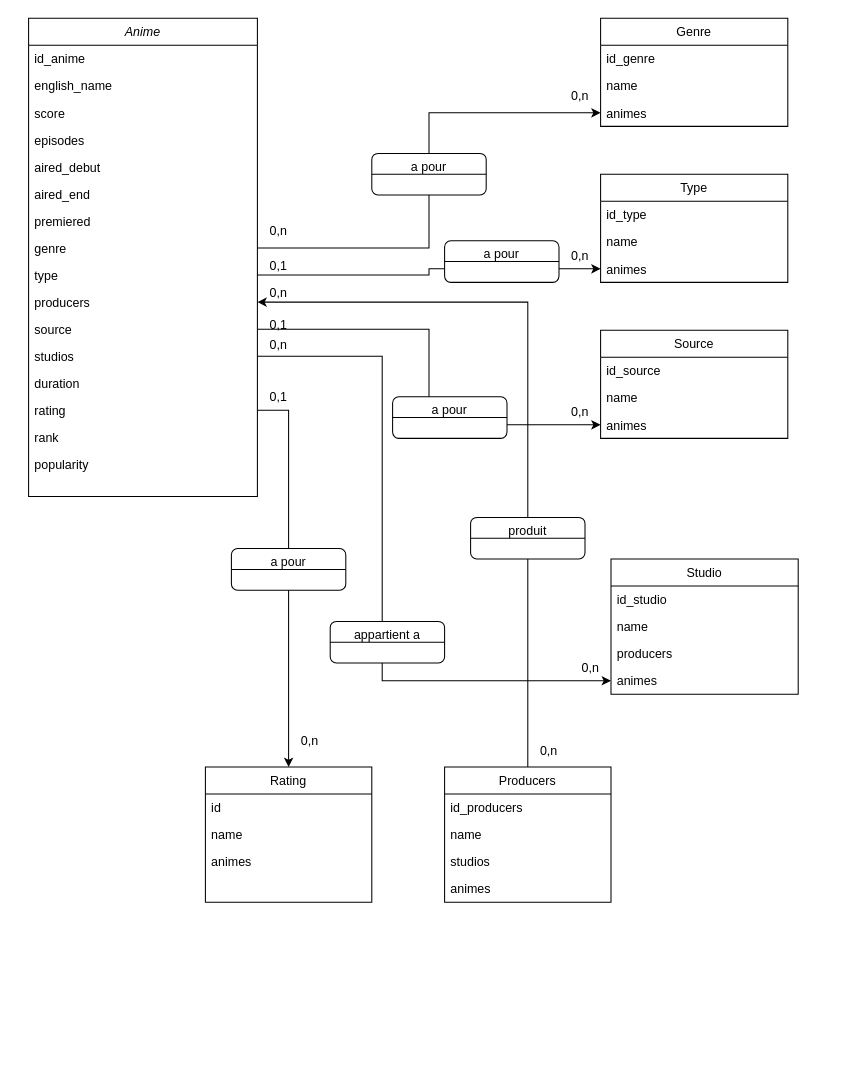
Earlier version of the draw.io diagram sql/diagram_anime.drawio (aglorhythm/-girly--devops-deployments). Source tidied: cells renumbered, new cells numbered last; positions are measured from the earlier drawing's top-left corner, leaving out a move shared by most shapes. Both pictures are drawn from the tidied source at 104%, with x=0, y=0 at pixel (28, 18).
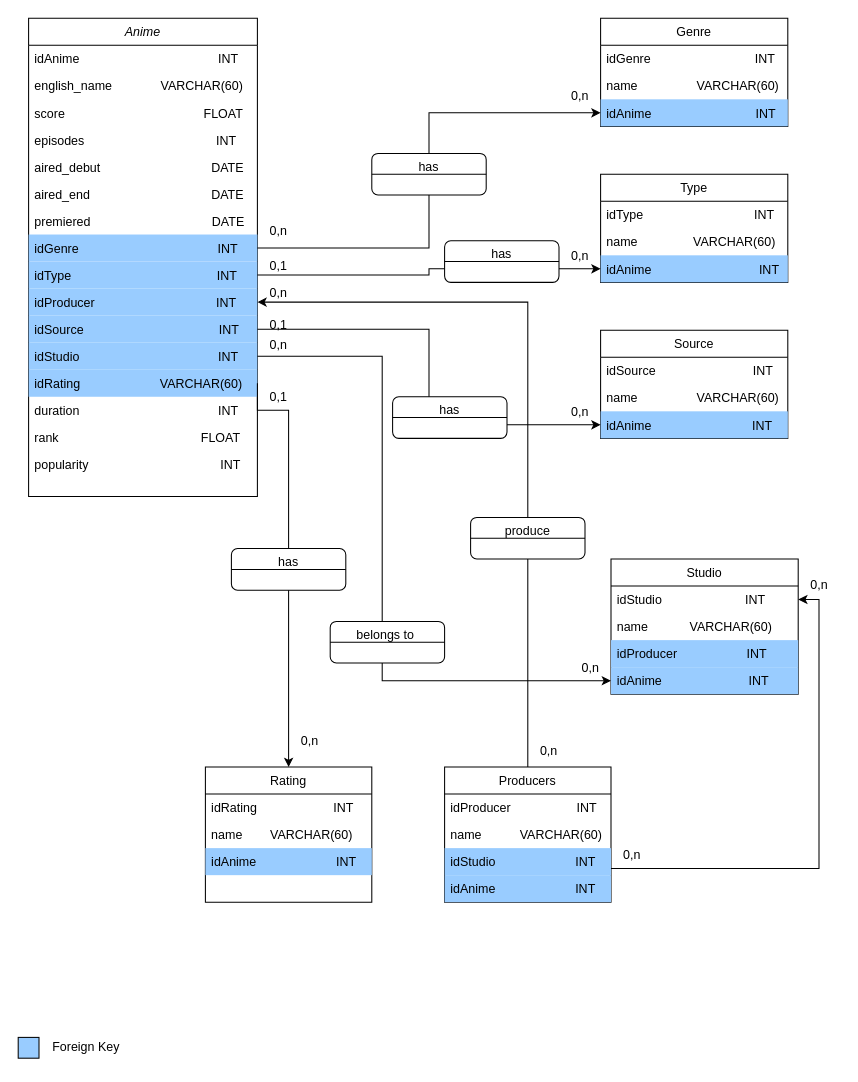
The same diagram, later.

Commit message (it also covers changes not shown here):
Mettre à jour diagram_anime.drawio

The change refers to these unchanged cells:
```xml
<mxCell id="2" value="Anime" style="swimlane;fontStyle=2;align=center;verticalAlign=top;horizontal=1;startSize=26;rounded=0;shadow=0;strokeWidth=1;" parent="1" vertex="1">
  <mxGeometry width="220" height="460" as="geometry" />
</mxCell>
<mxCell id="19" value="Genre" style="swimlane;fontStyle=0;align=center;verticalAlign=top;horizontal=1;startSize=26;rounded=0;shadow=0;strokeWidth=1;" parent="1" vertex="1">
  <mxGeometry x="550" width="180" height="104" as="geometry" />
</mxCell>
<mxCell id="23" value="Type" style="swimlane;fontStyle=0;align=center;verticalAlign=top;horizontal=1;startSize=26;rounded=0;shadow=0;strokeWidth=1;" parent="1" vertex="1">
  <mxGeometry x="550" y="150" width="180" height="104" as="geometry" />
</mxCell>
<mxCell id="28" value="Producers" style="swimlane;fontStyle=0;align=center;verticalAlign=top;horizontal=1;startSize=26;rounded=0;shadow=0;strokeWidth=1;" parent="1" vertex="1">
  <mxGeometry x="400" y="720" width="160" height="130" as="geometry" />
</mxCell>
<mxCell id="33" value="Studio" style="swimlane;fontStyle=0;align=center;verticalAlign=top;horizontal=1;startSize=26;rounded=0;shadow=0;strokeWidth=1;" parent="1" vertex="1">
  <mxGeometry x="560" y="520" width="180" height="130" as="geometry" />
</mxCell>
<mxCell id="38" value="Source" style="swimlane;fontStyle=0;align=center;verticalAlign=top;horizontal=1;startSize=26;rounded=0;shadow=0;strokeWidth=1;" parent="1" vertex="1">
  <mxGeometry x="550" y="300" width="180" height="104" as="geometry" />
</mxCell>
<mxCell id="42" value="Rating" style="swimlane;fontStyle=0;align=center;verticalAlign=top;horizontal=1;startSize=26;rounded=0;shadow=0;strokeWidth=1;" parent="1" vertex="1">
  <mxGeometry x="170" y="720" width="160" height="130" as="geometry" />
</mxCell>
```

Diff of the diagram source:
```diff
@@
-    <mxCell id="3" value="id_anime" style="text;align=left;verticalAlign=top;spacingLeft=4;spacingRight=4;overflow=hidden;" parent="2" vertex="1">
+    <mxCell id="3" value="idAnime                                        INT" style="text;align=left;verticalAlign=top;spacingLeft=4;spacingRight=4;overflow=hidden;" parent="2" vertex="1">
       <mxGeometry y="26" width="220" height="26" as="geometry" />
     </mxCell>
-    <mxCell id="4" value="english_name" style="text;align=left;verticalAlign=top;spacingLeft=4;spacingRight=4;overflow=hidden;rounded=0;shadow=0;html=0;" parent="2" vertex="1">
+    <mxCell id="4" value="english_name              VARCHAR(60)" style="text;align=left;verticalAlign=top;spacingLeft=4;spacingRight=4;overflow=hidden;rounded=0;shadow=0;html=0;" parent="2" vertex="1">
       <mxGeometry y="52" width="220" height="26" as="geometry" />
     </mxCell>
-    <mxCell id="5" value="score" style="text;align=left;verticalAlign=top;spacingLeft=4;spacingRight=4;overflow=hidden;rounded=0;shadow=0;html=0;" parent="2" vertex="1">
+    <mxCell id="5" value="score                                        FLOAT" style="text;align=left;verticalAlign=top;spacingLeft=4;spacingRight=4;overflow=hidden;rounded=0;shadow=0;html=0;" parent="2" vertex="1">
       <mxGeometry y="78" width="220" height="26" as="geometry" />
     </mxCell>
-    <mxCell id="6" value="episodes" style="text;align=left;verticalAlign=top;spacingLeft=4;spacingRight=4;overflow=hidden;rounded=0;shadow=0;html=0;" parent="2" vertex="1">
+    <mxCell id="6" value="episodes                                      INT" style="text;align=left;verticalAlign=top;spacingLeft=4;spacingRight=4;overflow=hidden;rounded=0;shadow=0;html=0;" parent="2" vertex="1">
       <mxGeometry y="104" width="220" height="26" as="geometry" />
     </mxCell>
-    <mxCell id="7" value="aired_debut" style="text;align=left;verticalAlign=top;spacingLeft=4;spacingRight=4;overflow=hidden;rounded=0;shadow=0;html=0;" parent="2" vertex="1">
+    <mxCell id="7" value="aired_debut                                DATE" style="text;align=left;verticalAlign=top;spacingLeft=4;spacingRight=4;overflow=hidden;rounded=0;shadow=0;html=0;" parent="2" vertex="1">
       <mxGeometry y="130" width="220" height="26" as="geometry" />
     </mxCell>
-    <mxCell id="8" value="aired_end" style="text;align=left;verticalAlign=top;spacingLeft=4;spacingRight=4;overflow=hidden;rounded=0;shadow=0;html=0;" parent="2" vertex="1">
+    <mxCell id="8" value="aired_end                                   DATE" style="text;align=left;verticalAlign=top;spacingLeft=4;spacingRight=4;overflow=hidden;rounded=0;shadow=0;html=0;" parent="2" vertex="1">
       <mxGeometry y="156" width="220" height="26" as="geometry" />
     </mxCell>
-    <mxCell id="9" value="premiered" style="text;align=left;verticalAlign=top;spacingLeft=4;spacingRight=4;overflow=hidden;rounded=0;shadow=0;html=0;" parent="2" vertex="1">
+    <mxCell id="9" value="premiered                                   DATE" style="text;align=left;verticalAlign=top;spacingLeft=4;spacingRight=4;overflow=hidden;rounded=0;shadow=0;html=0;" parent="2" vertex="1">
       <mxGeometry y="182" width="220" height="26" as="geometry" />
     </mxCell>
-    <mxCell id="10" value="genre" style="text;align=left;verticalAlign=top;spacingLeft=4;spacingRight=4;overflow=hidden;points=[[0,0.5],[1,0.5]];portConstraint=eastwest;rounded=0;shadow=0;html=0;" parent="2" vertex="1">
+    <mxCell id="10" value="idGenre                                        INT" style="text;align=left;verticalAlign=top;spacingLeft=4;spacingRight=4;overflow=hidden;points=[[0,0.5],[1,0.5]];portConstraint=eastwest;rounded=0;shadow=0;html=0;fillColor=#99CCFF;" parent="2" vertex="1">
       <mxGeometry y="208" width="220" height="26" as="geometry" />
     </mxCell>
-    <mxCell id="11" value="type" style="text;align=left;verticalAlign=top;spacingLeft=4;spacingRight=4;overflow=hidden;points=[[0,0.5],[1,0.5]];portConstraint=eastwest;rounded=0;shadow=0;html=0;" parent="2" vertex="1">
+    <mxCell id="11" value="idType                                          INT" style="text;align=left;verticalAlign=top;spacingLeft=4;spacingRight=4;overflow=hidden;points=[[0,0.5],[1,0.5]];portConstraint=eastwest;rounded=0;shadow=0;html=0;fillColor=#99CCFF;" parent="2" vertex="1">
       <mxGeometry y="234" width="220" height="26" as="geometry" />
     </mxCell>
-    <mxCell id="12" value="producers" style="text;align=left;verticalAlign=top;spacingLeft=4;spacingRight=4;overflow=hidden;points=[[0,0.5],[1,0.5]];portConstraint=eastwest;rounded=0;shadow=0;html=0;" parent="2" vertex="1">
+    <mxCell id="12" value="idProducer                                   INT" style="text;align=left;verticalAlign=top;spacingLeft=4;spacingRight=4;overflow=hidden;points=[[0,0.5],[1,0.5]];portConstraint=eastwest;rounded=0;shadow=0;html=0;fillColor=#99CCFF;" parent="2" vertex="1">
       <mxGeometry y="260" width="220" height="26" as="geometry" />
     </mxCell>
-    <mxCell id="13" value="source" style="text;align=left;verticalAlign=top;spacingLeft=4;spacingRight=4;overflow=hidden;points=[[0,0.5],[1,0.5]];portConstraint=eastwest;rounded=0;shadow=0;html=0;" parent="2" vertex="1">
+    <mxCell id="13" value="idSource                                       INT" style="text;align=left;verticalAlign=top;spacingLeft=4;spacingRight=4;overflow=hidden;points=[[0,0.5],[1,0.5]];portConstraint=eastwest;rounded=0;shadow=0;html=0;fillColor=#99CCFF;" parent="2" vertex="1">
       <mxGeometry y="286" width="220" height="26" as="geometry" />
     </mxCell>
-    <mxCell id="14" value="studios" style="text;align=left;verticalAlign=top;spacingLeft=4;spacingRight=4;overflow=hidden;points=[[0,0.5],[1,0.5]];portConstraint=eastwest;rounded=0;shadow=0;html=0;" parent="2" vertex="1">
+    <mxCell id="14" value="idStudio                                        INT" style="text;align=left;verticalAlign=top;spacingLeft=4;spacingRight=4;overflow=hidden;points=[[0,0.5],[1,0.5]];portConstraint=eastwest;rounded=0;shadow=0;html=0;fillColor=#99CCFF;" parent="2" vertex="1">
       <mxGeometry y="312" width="220" height="26" as="geometry" />
     </mxCell>
+    <mxCell id="16" value="idRating                       VARCHAR(60)" style="text;align=left;verticalAlign=top;spacingLeft=4;spacingRight=4;overflow=hidden;points=[[0,0.5],[1,0.5]];portConstraint=eastwest;rounded=0;shadow=0;html=0;fillColor=#99CCFF;" parent="2" vertex="1">
+      <mxGeometry y="338" width="220" height="26" as="geometry" />
+    </mxCell>
-    <mxCell id="15" value="duration" style="text;align=left;verticalAlign=top;spacingLeft=4;spacingRight=4;overflow=hidden;rounded=0;shadow=0;html=0;" parent="2" vertex="1">
-      <mxGeometry y="338" width="220" height="26" as="geometry" />
+    <mxCell id="15" value="duration                                        INT" style="text;align=left;verticalAlign=top;spacingLeft=4;spacingRight=4;overflow=hidden;rounded=0;shadow=0;html=0;fillColor=none;" parent="2" vertex="1">
+      <mxGeometry y="364" width="220" height="26" as="geometry" />
     </mxCell>
-    <mxCell id="16" value="rating" style="text;align=left;verticalAlign=top;spacingLeft=4;spacingRight=4;overflow=hidden;points=[[0,0.5],[1,0.5]];portConstraint=eastwest;rounded=0;shadow=0;html=0;" parent="2" vertex="1">
-      <mxGeometry y="364" width="220" height="26" as="geometry" />
-    </mxCell>
-    <mxCell id="17" value="rank" style="text;align=left;verticalAlign=top;spacingLeft=4;spacingRight=4;overflow=hidden;rounded=0;shadow=0;html=0;" parent="2" vertex="1">
+    <mxCell id="17" value="rank                                         FLOAT" style="text;align=left;verticalAlign=top;spacingLeft=4;spacingRight=4;overflow=hidden;rounded=0;shadow=0;html=0;" parent="2" vertex="1">
       <mxGeometry y="390" width="220" height="26" as="geometry" />
     </mxCell>
-    <mxCell id="18" value="popularity" style="text;align=left;verticalAlign=top;spacingLeft=4;spacingRight=4;overflow=hidden;rounded=0;shadow=0;html=0;" parent="2" vertex="1">
+    <mxCell id="18" value="popularity                                      INT" style="text;align=left;verticalAlign=top;spacingLeft=4;spacingRight=4;overflow=hidden;rounded=0;shadow=0;html=0;" parent="2" vertex="1">
       <mxGeometry y="416" width="220" height="26" as="geometry" />
     </mxCell>
@@
-    <mxCell id="20" value="id_genre" style="text;align=left;verticalAlign=top;spacingLeft=4;spacingRight=4;overflow=hidden;" parent="19" vertex="1">
+    <mxCell id="20" value="idGenre                              INT" style="text;align=left;verticalAlign=top;spacingLeft=4;spacingRight=4;overflow=hidden;" parent="19" vertex="1">
       <mxGeometry y="26" width="180" height="26" as="geometry" />
     </mxCell>
-    <mxCell id="21" value="name" style="text;align=left;verticalAlign=top;spacingLeft=4;spacingRight=4;overflow=hidden;rounded=0;shadow=0;html=0;" parent="19" vertex="1">
+    <mxCell id="21" value="name                 VARCHAR(60)" style="text;align=left;verticalAlign=top;spacingLeft=4;spacingRight=4;overflow=hidden;rounded=0;shadow=0;html=0;" parent="19" vertex="1">
       <mxGeometry y="52" width="180" height="26" as="geometry" />
     </mxCell>
-    <mxCell id="22" value="animes" style="text;align=left;verticalAlign=top;spacingLeft=4;spacingRight=4;overflow=hidden;points=[[0,0.5],[1,0.5]];portConstraint=eastwest;rounded=0;shadow=0;html=0;" parent="19" vertex="1">
+    <mxCell id="22" value="idAnime                              INT" style="text;align=left;verticalAlign=top;spacingLeft=4;spacingRight=4;overflow=hidden;points=[[0,0.5],[1,0.5]];portConstraint=eastwest;rounded=0;shadow=0;html=0;fillColor=#99CCFF;" parent="19" vertex="1">
       <mxGeometry y="78" width="180" height="26" as="geometry" />
     </mxCell>
@@
-    <mxCell id="24" value="id_type" style="text;align=left;verticalAlign=top;spacingLeft=4;spacingRight=4;overflow=hidden;" parent="23" vertex="1">
+    <mxCell id="24" value="idType                                INT" style="text;align=left;verticalAlign=top;spacingLeft=4;spacingRight=4;overflow=hidden;" parent="23" vertex="1">
       <mxGeometry y="26" width="180" height="26" as="geometry" />
     </mxCell>
-    <mxCell id="25" value="name" style="text;align=left;verticalAlign=top;spacingLeft=4;spacingRight=4;overflow=hidden;rounded=0;shadow=0;html=0;" parent="23" vertex="1">
+    <mxCell id="25" value="name                VARCHAR(60)" style="text;align=left;verticalAlign=top;spacingLeft=4;spacingRight=4;overflow=hidden;rounded=0;shadow=0;html=0;" parent="23" vertex="1">
       <mxGeometry y="52" width="180" height="26" as="geometry" />
     </mxCell>
-    <mxCell id="26" value="animes" style="text;align=left;verticalAlign=top;spacingLeft=4;spacingRight=4;overflow=hidden;points=[[0,0.5],[1,0.5]];portConstraint=eastwest;rounded=0;shadow=0;html=0;" parent="23" vertex="1">
+    <mxCell id="26" value="idAnime                               INT" style="text;align=left;verticalAlign=top;spacingLeft=4;spacingRight=4;overflow=hidden;points=[[0,0.5],[1,0.5]];portConstraint=eastwest;rounded=0;shadow=0;html=0;fillColor=#99CCFF;" parent="23" vertex="1">
       <mxGeometry y="78" width="180" height="26" as="geometry" />
     </mxCell>
@@
+    <mxCell id="75" style="edgeStyle=orthogonalEdgeStyle;rounded=0;jettySize=auto;html=1;exitX=1;exitY=0.75;exitDx=0;exitDy=0;entryX=1;entryY=0.5;entryDx=0;entryDy=0;" parent="1" edge="1" source="28" target="34">
+      <mxGeometry relative="1" as="geometry" />
+    </mxCell>
@@
-    <mxCell id="29" value="id_producers" style="text;align=left;verticalAlign=top;spacingLeft=4;spacingRight=4;overflow=hidden;" parent="28" vertex="1">
+    <mxCell id="29" value="idProducer                   INT" style="text;align=left;verticalAlign=top;spacingLeft=4;spacingRight=4;overflow=hidden;" parent="28" vertex="1">
       <mxGeometry y="26" width="160" height="26" as="geometry" />
     </mxCell>
-    <mxCell id="30" value="name" style="text;align=left;verticalAlign=top;spacingLeft=4;spacingRight=4;overflow=hidden;rounded=0;shadow=0;html=0;" parent="28" vertex="1">
+    <mxCell id="30" value="name           VARCHAR(60)" style="text;align=left;verticalAlign=top;spacingLeft=4;spacingRight=4;overflow=hidden;rounded=0;shadow=0;html=0;" parent="28" vertex="1">
       <mxGeometry y="52" width="160" height="26" as="geometry" />
     </mxCell>
-    <mxCell id="31" value="studios" style="text;align=left;verticalAlign=top;spacingLeft=4;spacingRight=4;overflow=hidden;rounded=0;shadow=0;html=0;" parent="28" vertex="1">
+    <mxCell id="31" value="idStudio                       INT" style="text;align=left;verticalAlign=top;spacingLeft=4;spacingRight=4;overflow=hidden;rounded=0;shadow=0;html=0;fillColor=#99CCFF;" parent="28" vertex="1">
       <mxGeometry y="78" width="160" height="26" as="geometry" />
     </mxCell>
-    <mxCell id="32" value="animes" style="text;align=left;verticalAlign=top;spacingLeft=4;spacingRight=4;overflow=hidden;rounded=0;shadow=0;html=0;" parent="28" vertex="1">
+    <mxCell id="32" value="idAnime                       INT" style="text;align=left;verticalAlign=top;spacingLeft=4;spacingRight=4;overflow=hidden;rounded=0;shadow=0;html=0;fillColor=#99CCFF;" parent="28" vertex="1">
       <mxGeometry y="104" width="160" height="26" as="geometry" />
     </mxCell>
@@
-    <mxCell id="34" value="id_studio" style="text;align=left;verticalAlign=top;spacingLeft=4;spacingRight=4;overflow=hidden;points=[[0,0.5],[1,0.5]];portConstraint=eastwest;" parent="33" vertex="1">
+    <mxCell id="34" value="idStudio                        INT" style="text;align=left;verticalAlign=top;spacingLeft=4;spacingRight=4;overflow=hidden;points=[[0,0.5],[1,0.5]];portConstraint=eastwest;" parent="33" vertex="1">
       <mxGeometry y="26" width="180" height="26" as="geometry" />
     </mxCell>
-    <mxCell id="35" value="name" style="text;align=left;verticalAlign=top;spacingLeft=4;spacingRight=4;overflow=hidden;rounded=0;shadow=0;html=0;" parent="33" vertex="1">
+    <mxCell id="35" value="name            VARCHAR(60)" style="text;align=left;verticalAlign=top;spacingLeft=4;spacingRight=4;overflow=hidden;rounded=0;shadow=0;html=0;" parent="33" vertex="1">
       <mxGeometry y="52" width="180" height="26" as="geometry" />
     </mxCell>
-    <mxCell id="36" value="producers" style="text;align=left;verticalAlign=top;spacingLeft=4;spacingRight=4;overflow=hidden;rounded=0;shadow=0;html=0;" parent="33" vertex="1">
+    <mxCell id="36" value="idProducer                    INT" style="text;align=left;verticalAlign=top;spacingLeft=4;spacingRight=4;overflow=hidden;rounded=0;shadow=0;html=0;fillColor=#99CCFF;" parent="33" vertex="1">
       <mxGeometry y="78" width="180" height="26" as="geometry" />
     </mxCell>
-    <mxCell id="37" value="animes" style="text;align=left;verticalAlign=top;spacingLeft=4;spacingRight=4;overflow=hidden;points=[[0,0.5],[1,0.5]];portConstraint=eastwest;rounded=0;shadow=0;html=0;" parent="33" vertex="1">
+    <mxCell id="37" value="idAnime                         INT" style="text;align=left;verticalAlign=top;spacingLeft=4;spacingRight=4;overflow=hidden;points=[[0,0.5],[1,0.5]];portConstraint=eastwest;rounded=0;shadow=0;html=0;fillColor=#99CCFF;" parent="33" vertex="1">
       <mxGeometry y="104" width="180" height="26" as="geometry" />
     </mxCell>
@@
-    <mxCell id="39" value="id_source" style="text;align=left;verticalAlign=top;spacingLeft=4;spacingRight=4;overflow=hidden;" parent="38" vertex="1">
+    <mxCell id="39" value="idSource                            INT" style="text;align=left;verticalAlign=top;spacingLeft=4;spacingRight=4;overflow=hidden;" parent="38" vertex="1">
       <mxGeometry y="26" width="180" height="26" as="geometry" />
     </mxCell>
-    <mxCell id="40" value="name" style="text;align=left;verticalAlign=top;spacingLeft=4;spacingRight=4;overflow=hidden;rounded=0;shadow=0;html=0;" parent="38" vertex="1">
+    <mxCell id="40" value="name                 VARCHAR(60)" style="text;align=left;verticalAlign=top;spacingLeft=4;spacingRight=4;overflow=hidden;rounded=0;shadow=0;html=0;" parent="38" vertex="1">
       <mxGeometry y="52" width="180" height="26" as="geometry" />
     </mxCell>
-    <mxCell id="41" value="animes" style="text;align=left;verticalAlign=top;spacingLeft=4;spacingRight=4;overflow=hidden;points=[[0,0.5],[1,0.5]];portConstraint=eastwest;rounded=0;shadow=0;html=0;" parent="38" vertex="1">
+    <mxCell id="41" value="idAnime                             INT" style="text;align=left;verticalAlign=top;spacingLeft=4;spacingRight=4;overflow=hidden;points=[[0,0.5],[1,0.5]];portConstraint=eastwest;rounded=0;shadow=0;html=0;fillColor=#99CCFF;" parent="38" vertex="1">
       <mxGeometry y="78" width="180" height="26" as="geometry" />
     </mxCell>
@@
-    <mxCell id="43" value="id" style="text;align=left;verticalAlign=top;spacingLeft=4;spacingRight=4;overflow=hidden;" parent="42" vertex="1">
+    <mxCell id="43" value="idRating                      INT" style="text;align=left;verticalAlign=top;spacingLeft=4;spacingRight=4;overflow=hidden;" parent="42" vertex="1">
       <mxGeometry y="26" width="160" height="26" as="geometry" />
     </mxCell>
-    <mxCell id="44" value="name" style="text;align=left;verticalAlign=top;spacingLeft=4;spacingRight=4;overflow=hidden;rounded=0;shadow=0;html=0;" parent="42" vertex="1">
+    <mxCell id="44" value="name        VARCHAR(60)" style="text;align=left;verticalAlign=top;spacingLeft=4;spacingRight=4;overflow=hidden;rounded=0;shadow=0;html=0;" parent="42" vertex="1">
       <mxGeometry y="52" width="160" height="26" as="geometry" />
     </mxCell>
-    <mxCell id="45" value="animes" style="text;align=left;verticalAlign=top;spacingLeft=4;spacingRight=4;overflow=hidden;rounded=0;shadow=0;html=0;" parent="42" vertex="1">
+    <mxCell id="45" value="idAnime                       INT" style="text;align=left;verticalAlign=top;spacingLeft=4;spacingRight=4;overflow=hidden;rounded=0;shadow=0;html=0;fillColor=#99CCFF;" parent="42" vertex="1">
       <mxGeometry y="78" width="160" height="26" as="geometry" />
     </mxCell>
@@
-    <mxCell id="50" value="a pour&lt;div&gt;&lt;br&gt;&lt;/div&gt;" style="rounded=1;whiteSpace=wrap;html=1;" parent="1" vertex="1">
+    <mxCell id="50" value="&lt;div&gt;has&lt;/div&gt;&lt;div&gt;&lt;br&gt;&lt;/div&gt;" style="rounded=1;whiteSpace=wrap;html=1;" parent="1" vertex="1">
       <mxGeometry x="330" y="130" width="110" height="40" as="geometry" />
     </mxCell>
@@
-    <mxCell id="53" value="a pour&lt;div&gt;&lt;br&gt;&lt;/div&gt;" style="rounded=1;whiteSpace=wrap;html=1;" parent="1" vertex="1">
+    <mxCell id="53" value="&lt;div&gt;has&lt;/div&gt;&lt;div&gt;&lt;br&gt;&lt;/div&gt;" style="rounded=1;whiteSpace=wrap;html=1;" parent="1" vertex="1">
       <mxGeometry x="400" y="214" width="110" height="40" as="geometry" />
     </mxCell>
@@
-    <mxCell id="55" value="produit&lt;div&gt;&lt;br&gt;&lt;/div&gt;" style="rounded=1;whiteSpace=wrap;html=1;" parent="1" vertex="1">
+    <mxCell id="55" value="&lt;div&gt;produce&lt;/div&gt;&lt;div&gt;&lt;br&gt;&lt;/div&gt;" style="rounded=1;whiteSpace=wrap;html=1;" parent="1" vertex="1">
       <mxGeometry x="425" y="480" width="110" height="40" as="geometry" />
     </mxCell>
-    <mxCell id="56" value="a pour&lt;div&gt;&lt;br&gt;&lt;/div&gt;" style="rounded=1;whiteSpace=wrap;html=1;" parent="1" vertex="1">
+    <mxCell id="56" value="&lt;div&gt;has&lt;/div&gt;&lt;div&gt;&lt;br&gt;&lt;/div&gt;" style="rounded=1;whiteSpace=wrap;html=1;" parent="1" vertex="1">
       <mxGeometry x="350" y="364" width="110" height="40" as="geometry" />
     </mxCell>
@@
-    <mxCell id="59" value="a pour&lt;div&gt;&lt;br&gt;&lt;/div&gt;" style="rounded=1;whiteSpace=wrap;html=1;" parent="1" vertex="1">
+    <mxCell id="59" value="&lt;div&gt;has&lt;/div&gt;&lt;div&gt;&lt;br&gt;&lt;/div&gt;" style="rounded=1;whiteSpace=wrap;html=1;" parent="1" vertex="1">
       <mxGeometry x="195" y="510" width="110" height="40" as="geometry" />
     </mxCell>
@@
-    <mxCell id="61" value="&lt;div&gt;appartient a&lt;/div&gt;&lt;div&gt;&lt;br&gt;&lt;/div&gt;" style="rounded=1;whiteSpace=wrap;html=1;" parent="1" vertex="1">
+    <mxCell id="61" value="&lt;div&gt;belongs to&amp;nbsp;&lt;/div&gt;&lt;div&gt;&lt;br&gt;&lt;/div&gt;" style="rounded=1;whiteSpace=wrap;html=1;" parent="1" vertex="1">
       <mxGeometry x="290" y="580" width="110" height="40" as="geometry" />
     </mxCell>
-    <mxCell id="62" style="endArrow=none;html=1;rounded=0;elbow=vertical;exitX=0;exitY=0.5;exitDx=0;exitDy=0;entryX=1;entryY=0.5;entryDx=0;entryDy=0;" parent="1" edge="1" source="61" target="61">
+    <mxCell id="62" style="endArrow=none;html=1;rounded=0;elbow=horizontal;exitX=0;exitY=0.5;exitDx=0;exitDy=0;entryX=1;entryY=0.5;entryDx=0;entryDy=0;" parent="1" edge="1" source="61" target="61">
       <mxGeometry relative="1" as="geometry" />
     </mxCell>
@@
+    <mxCell id="76" value="0,n" style="text;html=1;align=center;verticalAlign=middle;strokeColor=none;fillColor=none;" parent="1" vertex="1">
+      <mxGeometry x="560" y="790" width="40" height="30" as="geometry" />
+    </mxCell>
+    <mxCell id="77" value="0,n" style="text;html=1;align=center;verticalAlign=middle;strokeColor=none;fillColor=none;" parent="1" vertex="1">
+      <mxGeometry x="740" y="530" width="40" height="30" as="geometry" />
+    </mxCell>
+    <mxCell id="78" style="rounded=0;whiteSpace=wrap;html=1;fillColor=#99CCFF;" parent="1" vertex="1">
+      <mxGeometry x="-10" y="980" width="20" height="20" as="geometry" />
+    </mxCell>
+    <mxCell id="79" value="Foreign Key" style="text;html=1;align=center;verticalAlign=middle;strokeColor=none;fillColor=none;" parent="1" vertex="1">
+      <mxGeometry x="10" y="975" width="90" height="30" as="geometry" />
+    </mxCell>
```
